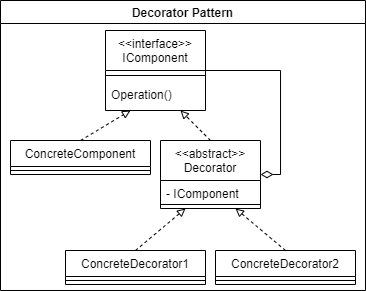
Before: Assets/DecoratorPattern/DecoratorPatternDiagram.png, a diagram exported from draw.io (Johnny-Connor/GameProgrammingPatterns). Source tidied: cells renumbered, new cells last; positions are measured from the earlier drawing's top-left corner, leaving out a move shared by most shapes.
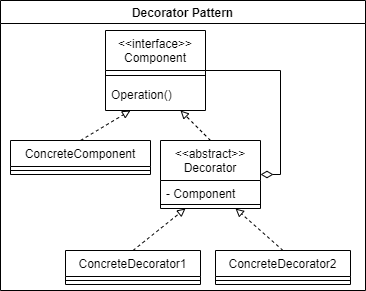
The same file after the commit.

The edit, as a diff of the source:
```diff
@@ -8,7 +8,7 @@
     <mxCell id="3" style="rounded=0;jettySize=auto;html=1;exitX=0.5;exitY=0;exitDx=0;exitDy=0;entryX=0.75;entryY=1;entryDx=0;entryDy=0;endArrow=block;endFill=0;dashed=1;" parent="2" edge="1" source="8" target="4">
       <mxGeometry relative="1" as="geometry" />
     </mxCell>
-    <mxCell id="4" value="&lt;&lt;interface&gt;&gt;&#10;IComponent" style="swimlane;fontStyle=0;align=center;verticalAlign=top;horizontal=1;startSize=40;rounded=0;shadow=0;strokeWidth=1;labelBorderColor=none;" parent="2" vertex="1">
+    <mxCell id="4" value="&lt;&lt;interface&gt;&gt;&#10;Component" style="swimlane;fontStyle=0;align=center;verticalAlign=top;horizontal=1;startSize=40;rounded=0;shadow=0;strokeWidth=1;labelBorderColor=none;" parent="2" vertex="1">
       <mxGeometry x="105" y="30" width="100" height="80" as="geometry" />
     </mxCell>
     <mxCell id="5" style="line;html=1;strokeWidth=1;align=left;verticalAlign=middle;spacingTop=-1;spacingLeft=3;spacingRight=3;labelPosition=right;" parent="4" vertex="1">
@@ -23,7 +23,7 @@
     <mxCell id="8" value="&lt;&lt;abstract&gt;&gt;&#10;Decorator" style="swimlane;fontStyle=0;align=center;verticalAlign=top;horizontal=1;startSize=40;rounded=0;shadow=0;strokeWidth=1;" parent="2" vertex="1">
       <mxGeometry x="160" y="140" width="100" height="68" as="geometry" />
     </mxCell>
-    <mxCell id="9" value="- IComponent" style="text;align=left;verticalAlign=top;spacingLeft=4;spacingRight=4;overflow=hidden;" parent="8" vertex="1">
+    <mxCell id="9" value="- Component" style="text;align=left;verticalAlign=top;spacingLeft=4;spacingRight=4;overflow=hidden;" parent="8" vertex="1">
       <mxGeometry y="40" width="100" height="20" as="geometry" />
     </mxCell>
     <mxCell id="10" style="line;html=1;strokeWidth=1;align=left;verticalAlign=middle;spacingTop=-1;spacingLeft=3;spacingRight=3;labelPosition=right;" parent="8" vertex="1">
@@ -42,19 +42,19 @@
       <mxGeometry relative="1" as="geometry" />
     </mxCell>
     <mxCell id="15" value="ConcreteDecorator1" style="swimlane;fontStyle=0;align=center;verticalAlign=top;horizontal=1;startSize=26;" parent="2" vertex="1">
-      <mxGeometry x="65" y="250" width="140" height="34" as="geometry" />
+      <mxGeometry x="65" y="250" width="135" height="34" as="geometry" />
     </mxCell>
     <mxCell id="16" style="line;strokeWidth=1;fillColor=none;align=left;verticalAlign=middle;spacingTop=-1;spacingLeft=3;spacingRight=3;labelPosition=right;strokeColor=inherit;" parent="15" vertex="1">
-      <mxGeometry y="26" width="140" height="8" as="geometry" />
+      <mxGeometry y="26" width="135" height="8" as="geometry" />
     </mxCell>
     <mxCell id="17" style="rounded=0;jettySize=auto;html=1;exitX=0.5;exitY=0;exitDx=0;exitDy=0;entryX=0.75;entryY=1;entryDx=0;entryDy=0;dashed=1;endArrow=block;endFill=0;" parent="2" edge="1" source="18" target="8">
       <mxGeometry relative="1" as="geometry" />
     </mxCell>
     <mxCell id="18" value="ConcreteDecorator2" style="swimlane;fontStyle=0;align=center;verticalAlign=top;horizontal=1;startSize=26;" parent="2" vertex="1">
-      <mxGeometry x="215" y="250" width="140" height="34" as="geometry" />
+      <mxGeometry x="215" y="250" width="135" height="34" as="geometry" />
     </mxCell>
     <mxCell id="19" style="line;strokeWidth=1;fillColor=none;align=left;verticalAlign=middle;spacingTop=-1;spacingLeft=3;spacingRight=3;labelPosition=right;strokeColor=inherit;" parent="18" vertex="1">
-      <mxGeometry y="26" width="140" height="8" as="geometry" />
+      <mxGeometry y="26" width="135" height="8" as="geometry" />
     </mxCell>
   </root>
 </mxGraphModel>
```
